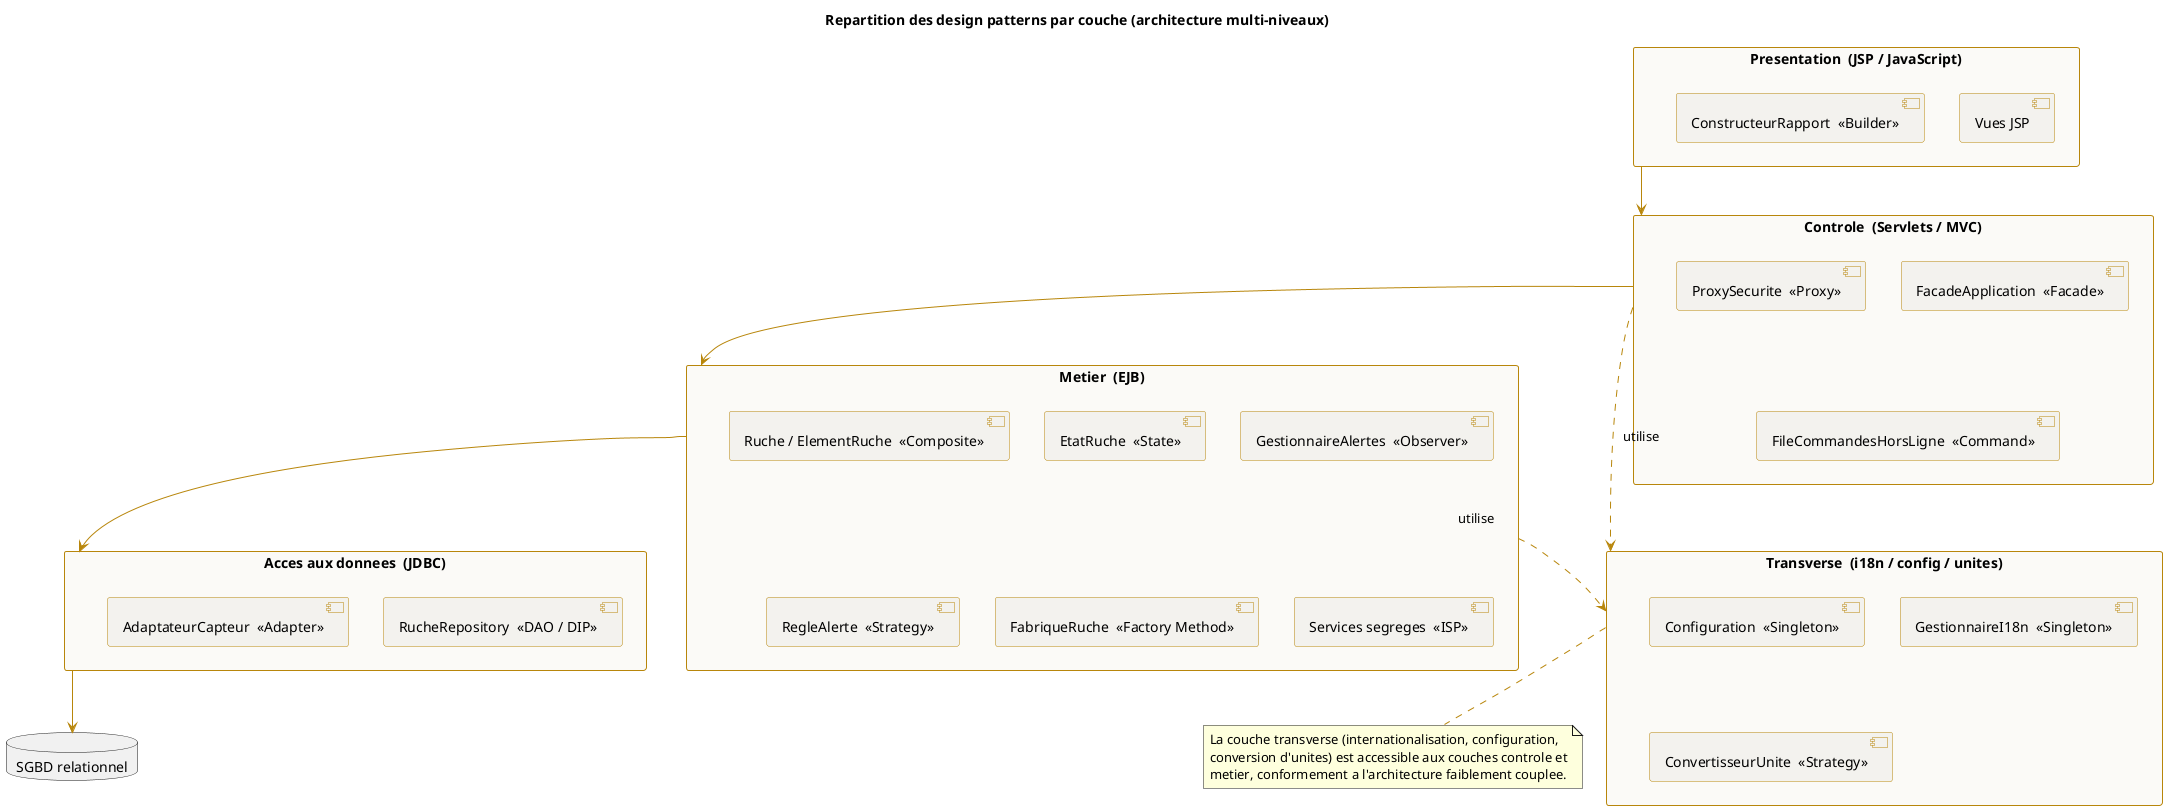
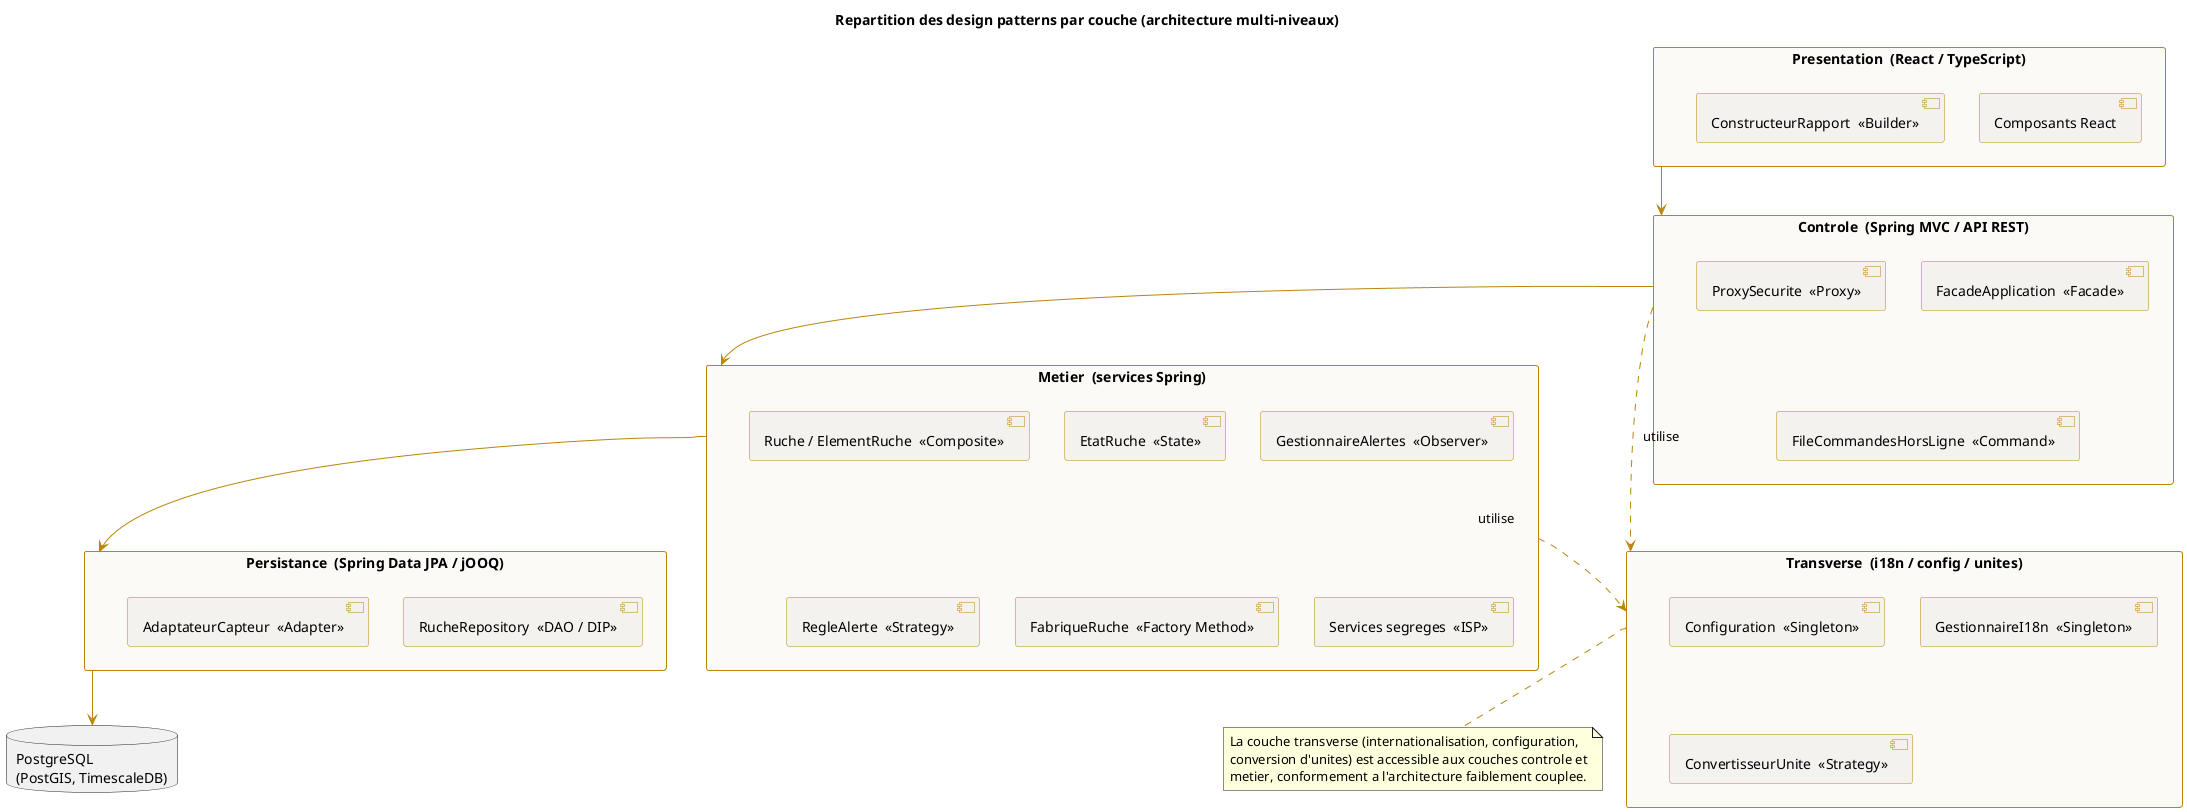
@startuml diagramme_packages_patterns
' Diagramme de packages - repartition des design patterns par couche
skinparam shadowing false
skinparam packageStyle rectangle
skinparam component {
  BackgroundColor #F3F2EE
  BorderColor #B8860B
  ArrowColor #B8860B
}
skinparam package {
  BackgroundColor #FBFAF7
  BorderColor #B8860B
  FontColor #B8860B
}
title Repartition des design patterns par couche (architecture multi-niveaux)

- package "Presentation  (JSP / JavaScript)" as P {
-   [Vues JSP]
+ package "Presentation  (React / TypeScript)" as P {
+   [Composants React]
  [ConstructeurRapport  <<Builder>>]
}

- package "Controle  (Servlets / MVC)" as C {
+ package "Controle  (Spring MVC / API REST)" as C {
  [FacadeApplication  <<Facade>>]
  [ProxySecurite  <<Proxy>>]
  [FileCommandesHorsLigne  <<Command>>]
}

- package "Metier  (EJB)" as M {
+ package "Metier  (services Spring)" as M {
  [Ruche / ElementRuche  <<Composite>>]
  [EtatRuche  <<State>>]
  [GestionnaireAlertes  <<Observer>>]
  [RegleAlerte  <<Strategy>>]
  [FabriqueRuche  <<Factory Method>>]
  [Services segreges  <<ISP>>]
}

- package "Acces aux donnees  (JDBC)" as D {
+ package "Persistance  (Spring Data JPA / jOOQ)" as D {
  [RucheRepository  <<DAO / DIP>>]
  [AdaptateurCapteur  <<Adapter>>]
}

package "Transverse  (i18n / config / unites)" as T {
  [Configuration  <<Singleton>>]
  [GestionnaireI18n  <<Singleton>>]
  [ConvertisseurUnite  <<Strategy>>]
}

- database "SGBD relationnel" as DB
+ database "PostgreSQL\n(PostGIS, TimescaleDB)" as DB

P --> C
C --> M
M --> D
D --> DB
M ..> T : utilise
C ..> T : utilise

note bottom of T
  La couche transverse (internationalisation, configuration,
  conversion d'unites) est accessible aux couches controle et
  metier, conformement a l'architecture faiblement couplee.
end note

@enduml
